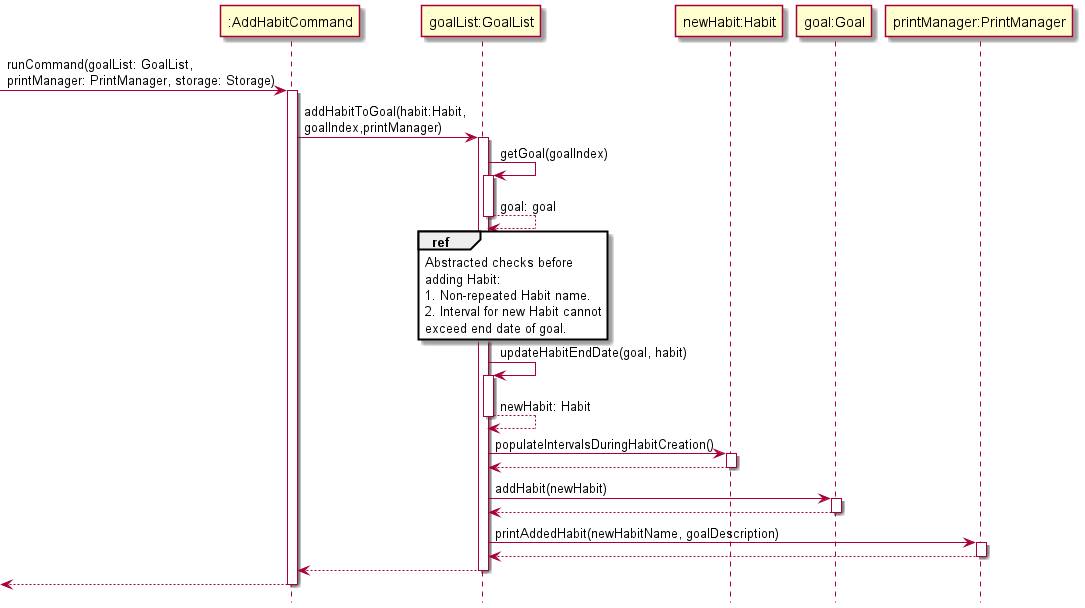
Above: docs/Diagram_Images/Implementation_Diagram_Images/AddHabitCommandSequenceDiagram.png in nus-cs2113-AY2122S1/tp (PlantUML), before the change.
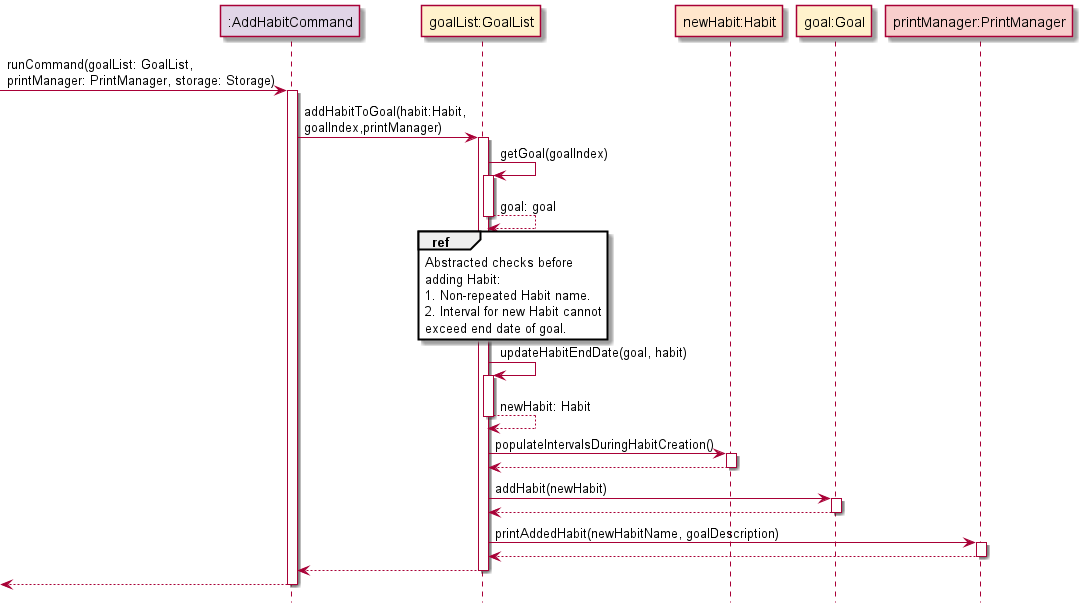
Later version of the same file.

Change to the diagram source:
```diff
@@ -1,43 +1,51 @@
 @startuml
 !include Style.puml
 
--> ":AddHabitCommand": runCommand(goalList: GoalList, \nprintManager: PrintManager, storage: Storage)
-activate ":AddHabitCommand"
+participant ":AddHabitCommand" as AddHabitCommand COMMAND_COLOUR
+participant "goalList:GoalList" as goalList GOAL_COLOUR
+participant "newHabit:Habit" as newHabit HABIT_COLOUR
+participant "goal:Goal" as goal GOAL_COLOUR
+participant "printManager:PrintManager" as printManager UI_COLOUR
 
-":AddHabitCommand" -> "goalList:GoalList":addHabitToGoal(habit:Habit,\ngoalIndex,printManager)
-activate "goalList:GoalList"
 
-"goalList:GoalList" -> "goalList:GoalList": getGoal(goalIndex)
-activate "goalList:GoalList"
-"goalList:GoalList" --> "goalList:GoalList": goal: goal
-deactivate "goalList:GoalList"
 
-ref over "goalList:GoalList": Abstracted checks before\nadding Habit:\n1. Non-repeated Habit name.\n2. Interval for new Habit cannot \nexceed end date of goal.
+-> AddHabitCommand: runCommand(goalList: GoalList, \nprintManager: PrintManager, storage: Storage)
+activate AddHabitCommand
 
-"goalList:GoalList" -> "goalList:GoalList": updateHabitEndDate(goal, habit)
-activate "goalList:GoalList"
-"goalList:GoalList" --> "goalList:GoalList": newHabit: Habit
-deactivate "goalList:GoalList"
+AddHabitCommand -> goalList:addHabitToGoal(habit:Habit,\ngoalIndex,printManager)
+activate goalList
 
-"goalList:GoalList" -> "newHabit:Habit": populateIntervalsDuringHabitCreation()
-activate "newHabit:Habit"
-"newHabit:Habit" --> "goalList:GoalList"
-deactivate "newHabit:Habit"
+goalList -> goalList: getGoal(goalIndex)
+activate goalList
+goalList --> goalList: goal: goal
+deactivate goalList
 
-"goalList:GoalList" -> "goal:Goal": addHabit(newHabit)
-activate "goal:Goal"
-"goal:Goal" --> "goalList:GoalList"
-deactivate "goal:Goal"
+ref over goalList: Abstracted checks before\nadding Habit:\n1. Non-repeated Habit name.\n2. Interval for new Habit cannot \nexceed end date of goal.
 
-"goalList:GoalList" -> "printManager:PrintManager": printAddedHabit(newHabitName, goalDescription)
-activate "printManager:PrintManager"
-"printManager:PrintManager" --> "goalList:GoalList"
-deactivate "printManager:PrintManager"
+goalList -> goalList: updateHabitEndDate(goal, habit)
+activate goalList
+goalList --> goalList: newHabit: Habit
+deactivate goalList
 
-"goalList:GoalList" --> ":AddHabitCommand"
-deactivate "goalList:GoalList"
-<--":AddHabitCommand"
-deactivate ":AddHabitCommand"
+goalList -> newHabit: populateIntervalsDuringHabitCreation()
+activate newHabit
+newHabit --> goalList
+deactivate newHabit
+
+goalList -> goal: addHabit(newHabit)
+activate goal
+goal --> goalList
+deactivate goal
+
+goalList -> printManager: printAddedHabit(newHabitName, goalDescription)
+activate printManager
+printManager --> goalList
+deactivate printManager
+
+goalList --> AddHabitCommand
+deactivate goalList
+<--AddHabitCommand
+deactivate AddHabitCommand
 
 
 @enduml
```
